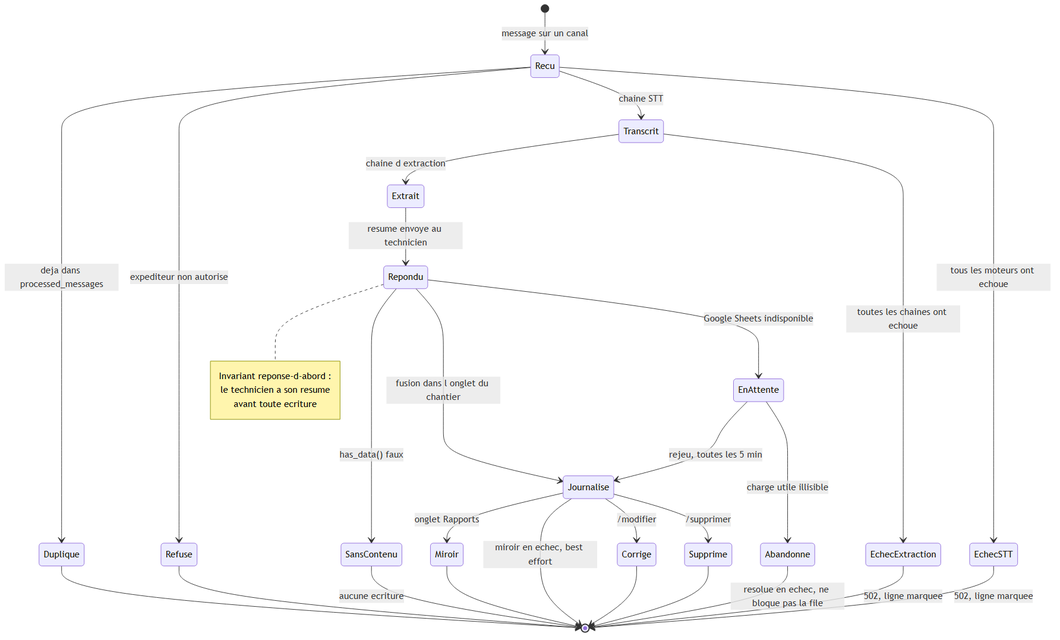
Earlier version of the Mermaid export Pres+report/diagrams/11-report-states.png (yassine808/PFE-aznet). Its source is kept beside it as Pres+report/diagrams/11-report-states.mmd. Its diagram source:
```mermaid
stateDiagram-v2
    [*] --> Recu : message sur un canal
    Recu --> Duplique : deja dans processed_messages
    Duplique --> [*]

    Recu --> Refuse : expediteur non autorise
    Refuse --> [*]

    Recu --> Transcrit : chaine STT
    Recu --> EchecSTT : tous les moteurs ont echoue
    EchecSTT --> [*] : 502, ligne marquee

    Transcrit --> Extrait : chaine d extraction
    Transcrit --> EchecExtraction : toutes les chaines ont echoue
    EchecExtraction --> [*] : 502, ligne marquee

    Extrait --> Repondu : resume envoye au technicien
    note right of Repondu
        Invariant reponse-d-abord :
        le technicien a son resume
        avant toute ecriture
    end note

    Repondu --> SansContenu : has_data() faux
    SansContenu --> [*] : aucune ecriture

    Repondu --> Journalise : fusion dans l onglet du chantier
    Repondu --> EnAttente : Google Sheets indisponible
    EnAttente --> Journalise : rejeu, toutes les 5 min
    EnAttente --> Abandonne : charge utile illisible
    Abandonne --> [*] : resolue en echec, ne bloque pas la file

    Journalise --> Miroir : onglet Rapports
    Miroir --> [*]
    Journalise --> [*] : miroir en echec, best effort

    Journalise --> Corrige : /modifier
    Journalise --> Supprime : /supprimer
    Corrige --> [*]
    Supprime --> [*]
```
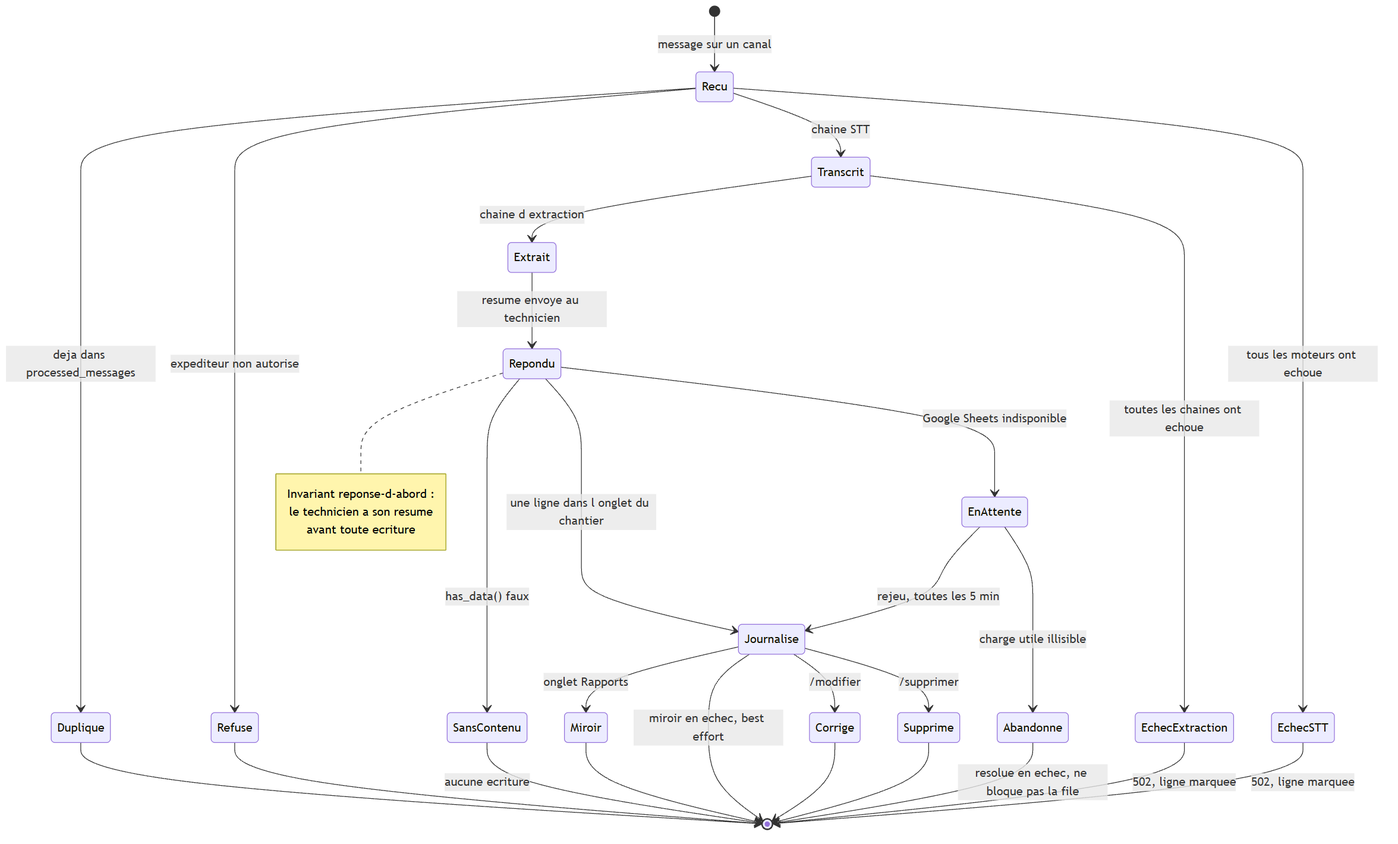
Above is the later version.

Change to the diagram source:
```diff
@@ -24,7 +24,7 @@
     Repondu --> SansContenu : has_data() faux
     SansContenu --> [*] : aucune ecriture
 
-    Repondu --> Journalise : fusion dans l onglet du chantier
+    Repondu --> Journalise : une ligne dans l onglet du chantier
     Repondu --> EnAttente : Google Sheets indisponible
     EnAttente --> Journalise : rejeu, toutes les 5 min
     EnAttente --> Abandonne : charge utile illisible
```
